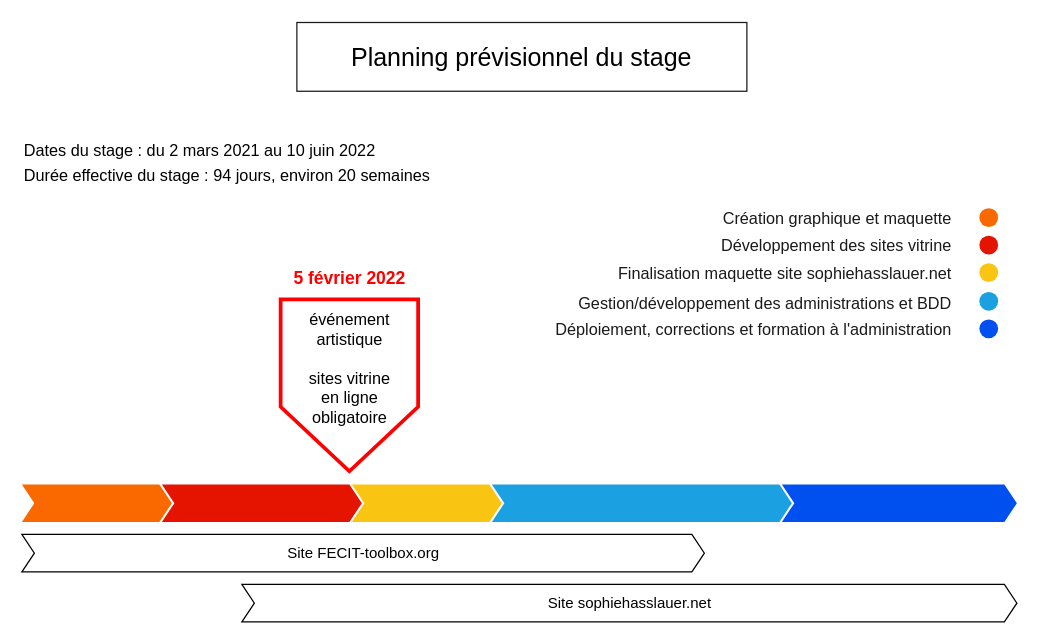
This is timeline.drawio from sebatease/cvperso, a draw.io file, before an edit. Source tidied: cells renumbered, new cells numbered last; positions are measured from the earlier drawing's top-left corner, leaving out a move shared by most shapes. Both pictures are drawn from the tidied source at 125%, with x=0, y=0 at pixel (21, 22).
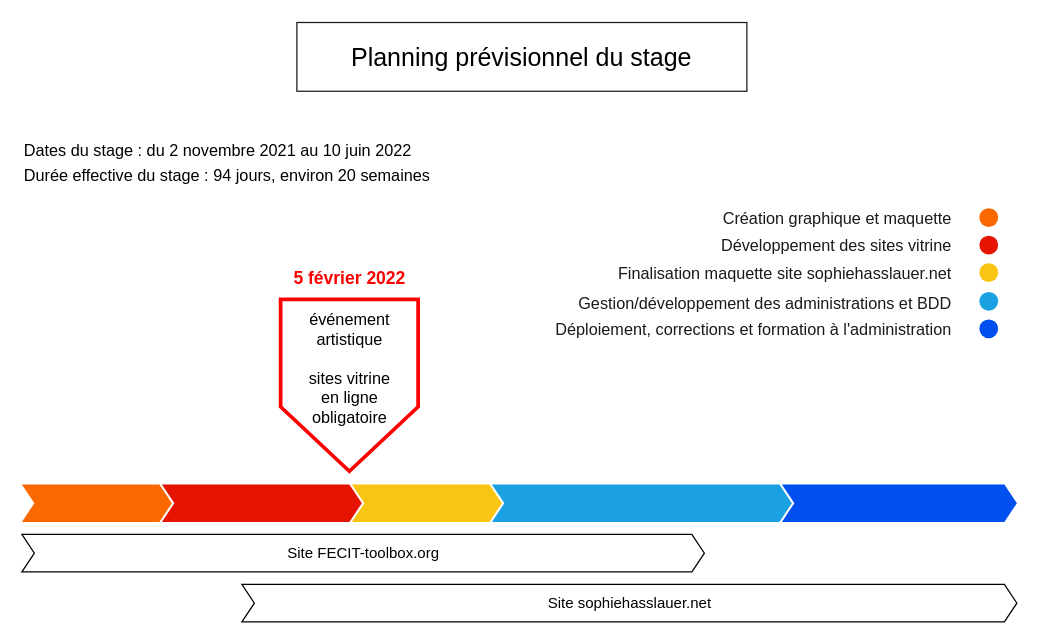
After the change.

Commit message:
Update timeline bonne dates.drawio

Change to the diagram source:
```diff
@@
-    <mxCell id="25" value="Dates du stage :&amp;nbsp;&lt;span&gt;du 2 mars 2021 au 10 juin 2022&lt;/span&gt;" style="text;html=1;align=left;verticalAlign=middle;strokeColor=none;fillColor=none;fontSize=13;" parent="1" vertex="1">
-      <mxGeometry y="91.5" width="300" height="20" as="geometry" />
+    <mxCell id="25" value="Dates du stage :&amp;nbsp;&lt;span&gt;du 2 novembre 2021 au 10 juin 2022&lt;/span&gt;" style="text;html=1;align=left;verticalAlign=middle;strokeColor=none;fillColor=none;fontSize=13;" parent="1" vertex="1">
+      <mxGeometry y="91.5" width="330" height="20" as="geometry" />
     </mxCell>
```
